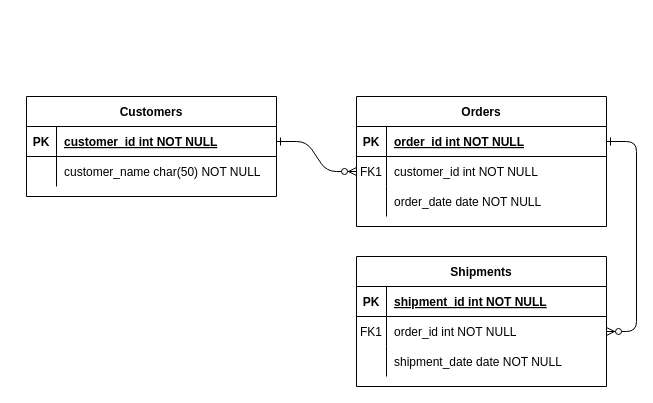
Before: Data/Untitled Diagram.drawio in Alexei-kor/job4j_design, a draw.io diagram. Source tidied: cells renumbered, new cells numbered last; positions are measured from the earlier drawing's top-left corner, leaving out a move shared by most shapes. Both pictures are drawn from the tidied source at 100%, with x=0, y=0 at pixel (26, 96).
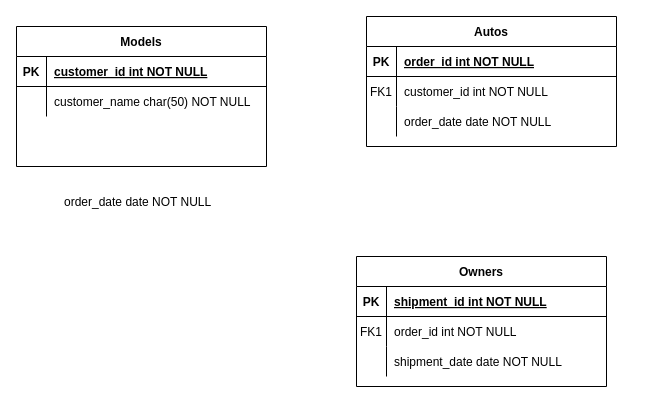
After the change.

The change refers to these unchanged cells:
```xml
<mxCell id="5" style="shape=partialRectangle;fillColor=none;points=[[0,0.5],[1,0.5]];portConstraint=eastwest;top=0;left=0;right=0;bottom=1;" parent="4" vertex="1">
  <mxGeometry y="30" width="250" height="30" as="geometry" />
</mxCell>
<mxCell id="8" style="shape=partialRectangle;fillColor=none;points=[[0,0.5],[1,0.5]];portConstraint=eastwest;top=0;left=0;right=0;bottom=0;" parent="4" vertex="1">
  <mxGeometry y="60" width="250" height="30" as="geometry" />
</mxCell>
<mxCell id="18" style="shape=partialRectangle;fillColor=none;points=[[0,0.5],[1,0.5]];portConstraint=eastwest;top=0;left=0;right=0;bottom=0;" parent="14" vertex="1">
  <mxGeometry y="60" width="250" height="30" as="geometry" />
</mxCell>
<mxCell id="25" style="shape=partialRectangle;fillColor=none;points=[[0,0.5],[1,0.5]];portConstraint=eastwest;top=0;left=0;right=0;bottom=1;" parent="24" vertex="1">
  <mxGeometry y="30" width="250" height="30" as="geometry" />
</mxCell>
```

Diff of the diagram source:
```diff
@@
-    <mxCell id="2" style="edgeStyle=entityRelationEdgeStyle;endArrow=ERzeroToMany;startArrow=ERone;endFill=1;startFill=0;" parent="1" edge="1" source="25" target="8">
-      <mxGeometry relative="1" as="geometry" />
-    </mxCell>
-    <mxCell id="3" style="edgeStyle=entityRelationEdgeStyle;endArrow=ERzeroToMany;startArrow=ERone;endFill=1;startFill=0;" parent="1" edge="1" source="5" target="18">
-      <mxGeometry relative="1" as="geometry" />
-    </mxCell>
-    <mxCell id="4" value="Orders" style="shape=table;startSize=30;childLayout=tableLayout;rowLines=0;fontStyle=1;align=center;" parent="1" vertex="1">
-      <mxGeometry x="330" width="250" height="130" as="geometry" />
+    <mxCell id="4" value="Autos" style="shape=table;startSize=30;childLayout=tableLayout;rowLines=0;fontStyle=1;align=center;" parent="1" vertex="1">
+      <mxGeometry x="340" y="-80" width="250" height="130" as="geometry" />
     </mxCell>
@@
-    <mxCell id="14" value="Shipments" style="shape=table;startSize=30;childLayout=tableLayout;rowLines=0;fontStyle=1;align=center;" parent="1" vertex="1">
+    <mxCell id="14" value="Owners" style="shape=table;startSize=30;childLayout=tableLayout;rowLines=0;fontStyle=1;align=center;" parent="1" vertex="1">
       <mxGeometry x="330" y="160" width="250" height="130" as="geometry" />
     </mxCell>
@@
-    <mxCell id="24" value="Customers" style="shape=table;startSize=30;childLayout=tableLayout;rowLines=0;fontStyle=1;align=center;" parent="1" vertex="1">
-      <mxGeometry width="250" height="100" as="geometry" />
+    <mxCell id="24" value="Models" style="shape=table;startSize=30;childLayout=tableLayout;rowLines=0;fontStyle=1;align=center;" parent="1" vertex="1">
+      <mxGeometry x="-10" y="-70" width="250" height="140" as="geometry" />
     </mxCell>
@@
+    <mxCell id="31" value="order_date date NOT NULL" style="shape=partialRectangle;overflow=hidden;fillColor=none;top=0;left=0;bottom=0;right=0;align=left;spacingLeft=6;" parent="1" vertex="1">
+      <mxGeometry x="30" y="90" width="220" height="30" as="geometry" />
+    </mxCell>
```
